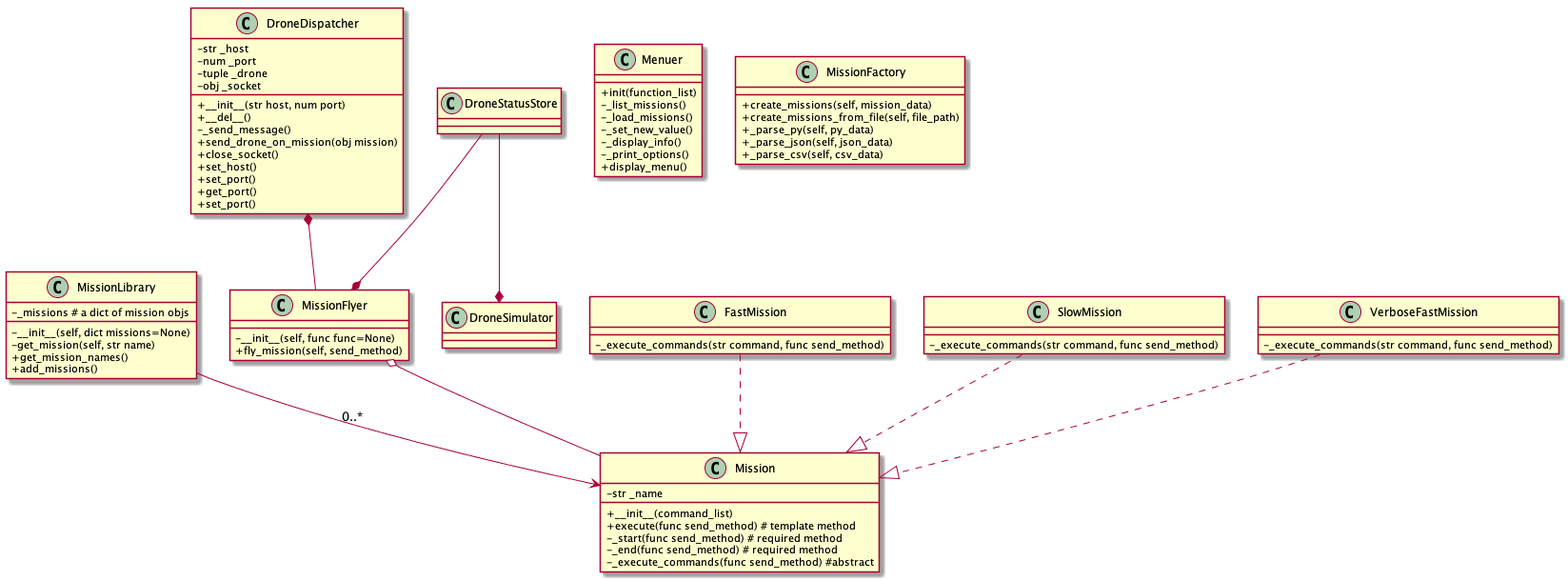
This is diagrams/overviewClassDiagram.png from garryjable/TelloDroneMk2, a PlantUML export, as it was before one commit. The source it was exported from:
```plantuml
@startuml

skinparam classAttributeIconSize 0

MissionLibrary --> Mission : 0..*
DroneDispatcher *-- MissionFlyer
MissionFlyer o-- Mission
DroneStatusStore --* MissionFlyer
DroneStatusStore --* DroneSimulator
FastMission ..|> Mission
SlowMission ..|> Mission
VerboseFastMission ..|> Mission

class Menuer {
    +init(function_list)
    -_list_missions()
    -_load_missions()
    -_set_new_value()
    -_display_info()
    -_print_options()
    +display_menu()
}

class DroneDispatcher {
    -str _host
    -num _port
    -tuple _drone
    -obj _socket
    +__init__(str host, num port)
    +__del__()
    -_send_message()
    +send_drone_on_mission(obj mission)
    +close_socket()
    +set_host()
    +set_port()
    +get_port()
    +set_port()
}

class MissionFlyer {

    -__init__(self, func func=None)
    +fly_mission(self, send_method)

}

class MissionLibrary {
    -_missions # a dict of mission objs
    -__init__(self, dict missions=None)
    -get_mission(self, str name)
    +get_mission_names()
    +add_missions()

}

class MissionFactory {
    +create_missions(self, mission_data)
    +create_missions_from_file(self, file_path)
    +_parse_py(self, py_data)
    +_parse_json(self, json_data)
    +_parse_csv(self, csv_data)
}

class Mission {
    -str _name
    +__init__(command_list)
    +execute(func send_method) # template method
    -_start(func send_method) # required method
    -_end(func send_method) # required method
    -_execute_commands(func send_method) #abstract
}

class FastMission {
    -_execute_commands(str command, func send_method)
}

class SlowMission {
    -_execute_commands(str command, func send_method)
}

class VerboseFastMission {
    -_execute_commands(str command, func send_method)
}

@enduml
```
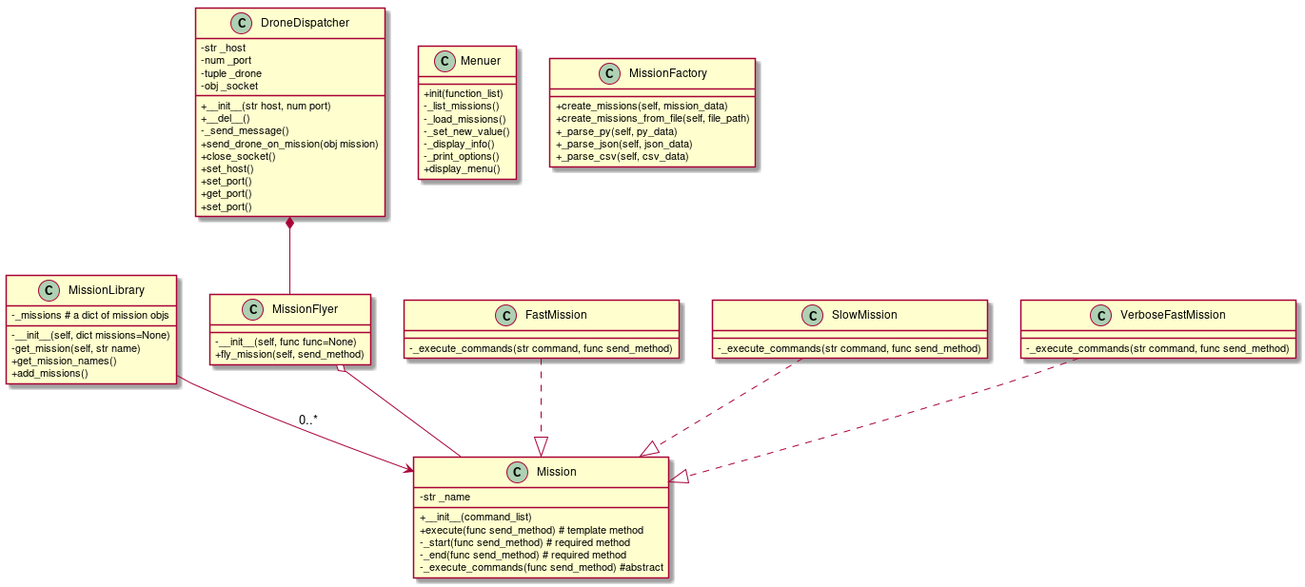
The same file after the commit.

The edit, as a diff of the source:
```diff
@@ -5,8 +5,6 @@
 MissionLibrary --> Mission : 0..*
 DroneDispatcher *-- MissionFlyer
 MissionFlyer o-- Mission
-DroneStatusStore --* MissionFlyer
-DroneStatusStore --* DroneSimulator
 FastMission ..|> Mission
 SlowMission ..|> Mission
 VerboseFastMission ..|> Mission
```
